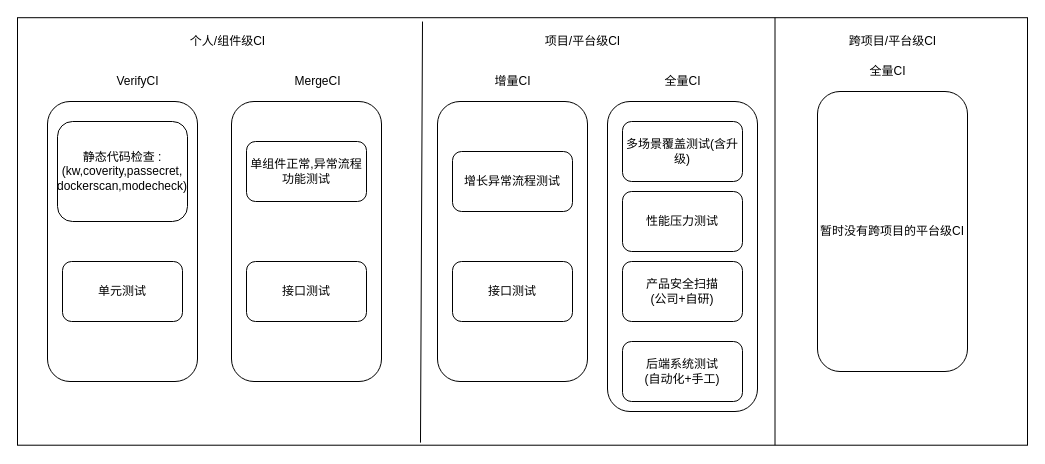
The draw.io diagram djci.drawio in xiaoyuanwu123/learnGit, before the edit. Source tidied: cells renumbered, new cells numbered last; positions are measured from the earlier drawing's top-left corner, leaving out a move shared by most shapes. Both pictures are drawn from the tidied source at 100%, with x=0, y=0 at pixel (17, 17).
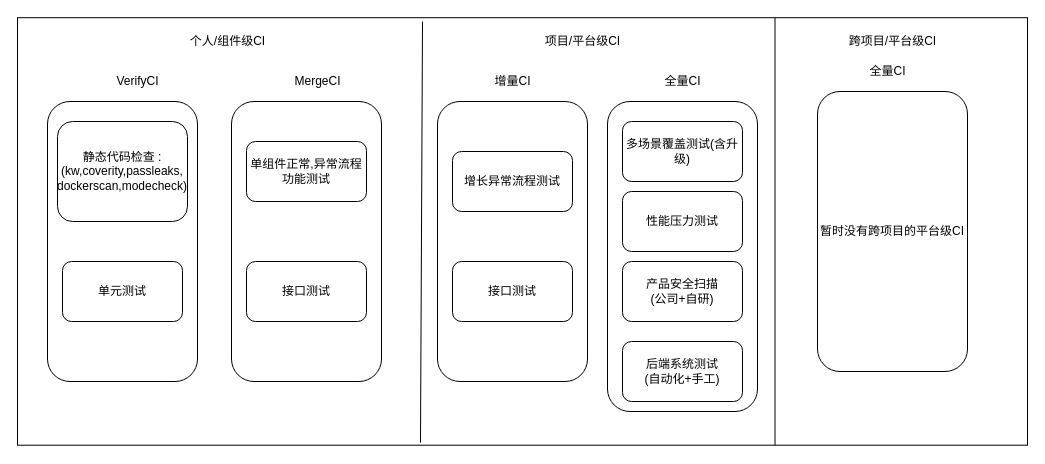
The same page after the edit.

The edit, as a diff of the source:
```diff
@@
-    <mxCell id="6" value="静态代码检查 :&lt;br&gt;(kw,coverity,passecret,&lt;br&gt;dockerscan,modecheck)" style="rounded=1;whiteSpace=wrap;html=1;" parent="1" vertex="1">
+    <mxCell id="6" value="静态代码检查 :&lt;br&gt;(kw,coverity,passleaks,&lt;br&gt;dockerscan,modecheck)" style="rounded=1;whiteSpace=wrap;html=1;" parent="1" vertex="1">
       <mxGeometry x="40" y="104" width="130" height="100" as="geometry" />
     </mxCell>
```
